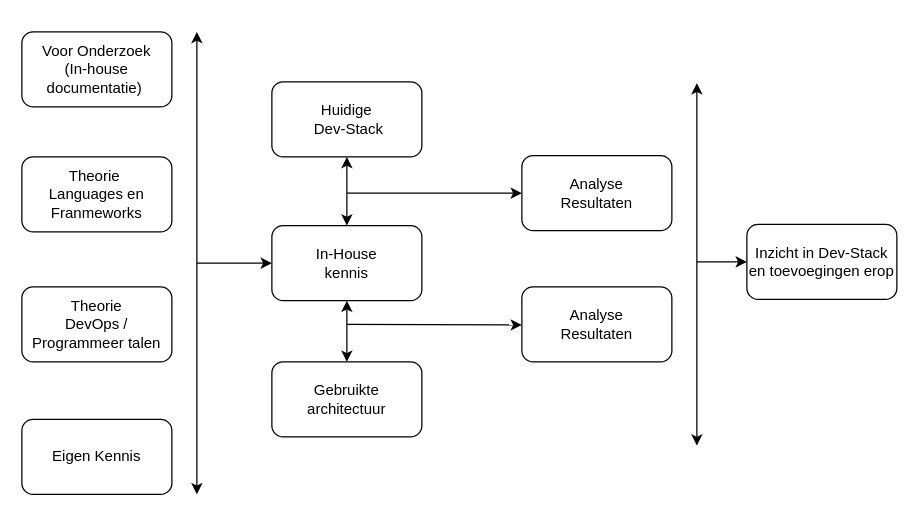
The draw.io diagram page "OndMdlES" (4 of 9) of gfx/verslag graphix.drawio in codefink2020/afstudeerverslag, before the edit. Source tidied: cells renumbered, new cells numbered last; positions are measured from the earlier drawing's top-left corner, leaving out a move shared by most shapes. Both pictures are drawn from the tidied source at 125%, with x=0, y=0 at pixel (21, 31).
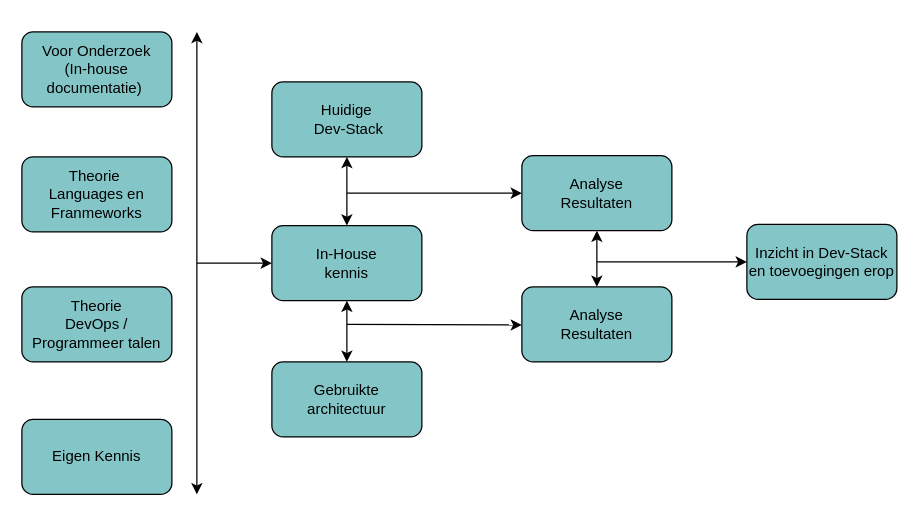
After the change.

Change to the diagram source:
```diff
@@
-    <mxCell id="2" value="Voor Onderzoek &lt;br&gt;(In-house documentatie)&amp;nbsp;" style="rounded=1;whiteSpace=wrap;html=1;" parent="1" vertex="1">
+    <mxCell id="2" value="Voor Onderzoek &lt;br&gt;(In-house documentatie)&amp;nbsp;" style="rounded=1;whiteSpace=wrap;html=1;fillColor=#84C6C8;" parent="1" vertex="1">
       <mxGeometry width="120" height="60" as="geometry" />
     </mxCell>
-    <mxCell id="3" value="Theorie&amp;nbsp;&lt;br&gt;Languages en Franmeworks" style="rounded=1;whiteSpace=wrap;html=1;" parent="1" vertex="1">
+    <mxCell id="3" value="Theorie&amp;nbsp;&lt;br&gt;Languages en Franmeworks" style="rounded=1;whiteSpace=wrap;html=1;fillColor=#84C6C8;" parent="1" vertex="1">
       <mxGeometry y="100" width="120" height="60" as="geometry" />
     </mxCell>
-    <mxCell id="4" value="Theorie &lt;br&gt;DevOps / &lt;br&gt;Programmeer talen" style="rounded=1;whiteSpace=wrap;html=1;" parent="1" vertex="1">
+    <mxCell id="4" value="Theorie &lt;br&gt;DevOps / &lt;br&gt;Programmeer talen" style="rounded=1;whiteSpace=wrap;html=1;fillColor=#84C6C8;" parent="1" vertex="1">
       <mxGeometry y="204" width="120" height="60" as="geometry" />
     </mxCell>
-    <mxCell id="5" value="Eigen Kennis" style="rounded=1;whiteSpace=wrap;html=1;" parent="1" vertex="1">
+    <mxCell id="5" value="Eigen Kennis" style="rounded=1;whiteSpace=wrap;html=1;fillColor=#84C6C8;" parent="1" vertex="1">
       <mxGeometry y="310" width="120" height="60" as="geometry" />
     </mxCell>
@@
-    <mxCell id="7" value="In-House &lt;br&gt;kennis" style="rounded=1;whiteSpace=wrap;html=1;" parent="1" vertex="1">
+    <mxCell id="7" value="In-House &lt;br&gt;kennis" style="rounded=1;whiteSpace=wrap;html=1;fillColor=#84C6C8;" parent="1" vertex="1">
       <mxGeometry x="200" y="155" width="120" height="60" as="geometry" />
     </mxCell>
@@
-    <mxCell id="9" value="Inzicht in Dev-Stack en toevoegingen erop" style="rounded=1;whiteSpace=wrap;html=1;" parent="1" vertex="1">
+    <mxCell id="9" value="Inzicht in Dev-Stack en toevoegingen erop" style="rounded=1;whiteSpace=wrap;html=1;fillColor=#84C6C8;" parent="1" vertex="1">
       <mxGeometry x="580" y="154" width="120" height="60" as="geometry" />
     </mxCell>
-    <mxCell id="10" value="Analyse&lt;br&gt;Resultaten" style="rounded=1;whiteSpace=wrap;html=1;" parent="1" vertex="1">
+    <mxCell id="10" value="Analyse&lt;br&gt;Resultaten" style="rounded=1;whiteSpace=wrap;html=1;fillColor=#84C6C8;" parent="1" vertex="1">
       <mxGeometry x="400" y="99" width="120" height="60" as="geometry" />
     </mxCell>
-    <mxCell id="11" value="Analyse&lt;br&gt;Resultaten" style="rounded=1;whiteSpace=wrap;html=1;" parent="1" vertex="1">
+    <mxCell id="11" value="Analyse&lt;br&gt;Resultaten" style="rounded=1;whiteSpace=wrap;html=1;fillColor=#84C6C8;" parent="1" vertex="1">
       <mxGeometry x="400" y="204" width="120" height="60" as="geometry" />
     </mxCell>
-    <mxCell id="12" style="endArrow=classic;startArrow=classic;html=1;" parent="1" edge="1">
-      <mxGeometry relative="1" as="geometry">
-        <mxPoint x="540" y="331" as="sourcePoint" />
-        <mxPoint x="540" y="41" as="targetPoint" />
-      </mxGeometry>
+    <mxCell id="12" style="endArrow=classic;startArrow=classic;html=1;exitX=0.5;exitY=0;exitDx=0;exitDy=0;entryX=0.5;entryY=1;entryDx=0;entryDy=0;" parent="1" edge="1" source="11" target="10">
+      <mxGeometry relative="1" as="geometry" />
     </mxCell>
     <mxCell id="13" style="endArrow=classic;html=1;entryX=0;entryY=0.5;entryDx=0;entryDy=0;" parent="1" edge="1">
       <mxGeometry relative="1" as="geometry">
-        <mxPoint x="540" y="184" as="sourcePoint" />
+        <mxPoint x="460" y="184" as="sourcePoint" />
         <mxPoint x="580" y="184" as="targetPoint" />
       </mxGeometry>
     </mxCell>
-    <mxCell id="14" value="Huidige&lt;br&gt;&amp;nbsp;Dev-Stack" style="rounded=1;whiteSpace=wrap;html=1;" parent="1" vertex="1">
+    <mxCell id="14" value="Huidige&lt;br&gt;&amp;nbsp;Dev-Stack" style="rounded=1;whiteSpace=wrap;html=1;fillColor=#84C6C8;" parent="1" vertex="1">
       <mxGeometry x="200" y="40" width="120" height="60" as="geometry" />
     </mxCell>
-    <mxCell id="15" value="Gebruikte architectuur" style="rounded=1;whiteSpace=wrap;html=1;" parent="1" vertex="1">
+    <mxCell id="15" value="Gebruikte architectuur" style="rounded=1;whiteSpace=wrap;html=1;fillColor=#84C6C8;" parent="1" vertex="1">
       <mxGeometry x="200" y="264" width="120" height="60" as="geometry" />
     </mxCell>
```
